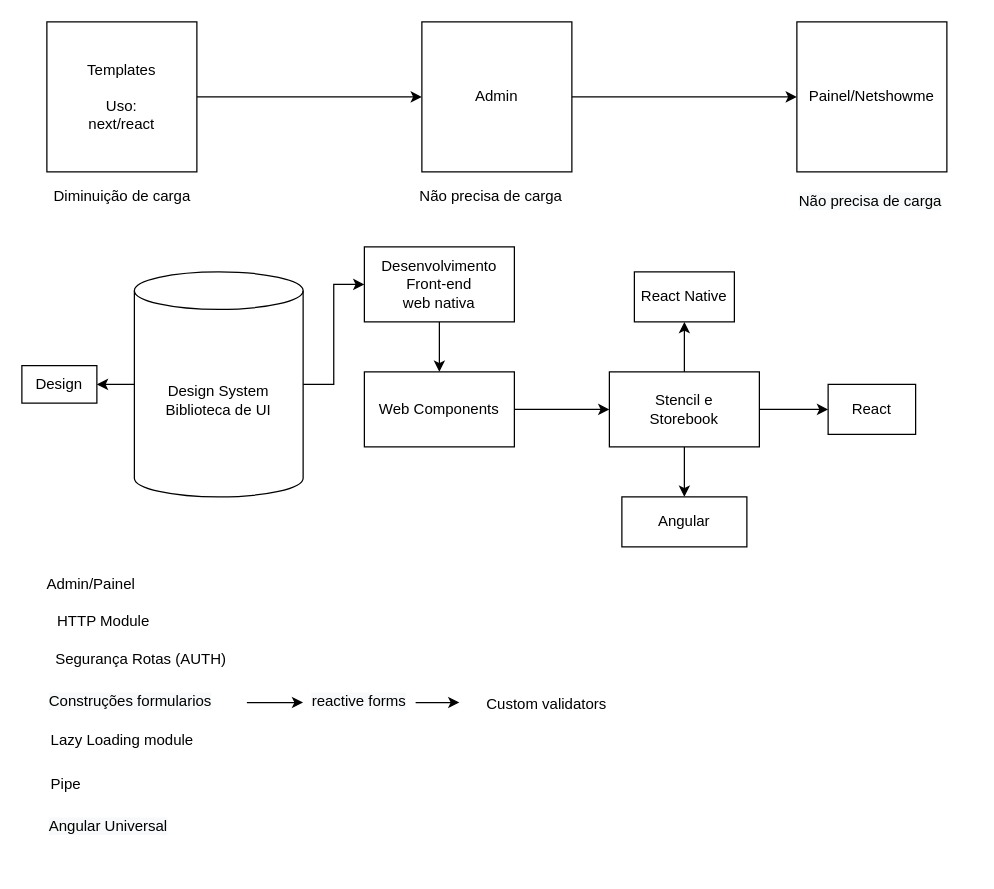
tgcarvalho/tgcarvalho keeps this draw.io diagram as arq.drawio. Above is the earlier version. Source tidied: cells renumbered, new cells numbered last; positions are measured from the earlier drawing's top-left corner, leaving out a move shared by most shapes. Both pictures are drawn from the tidied source at 125%, with x=0, y=0 at pixel (21, 21).
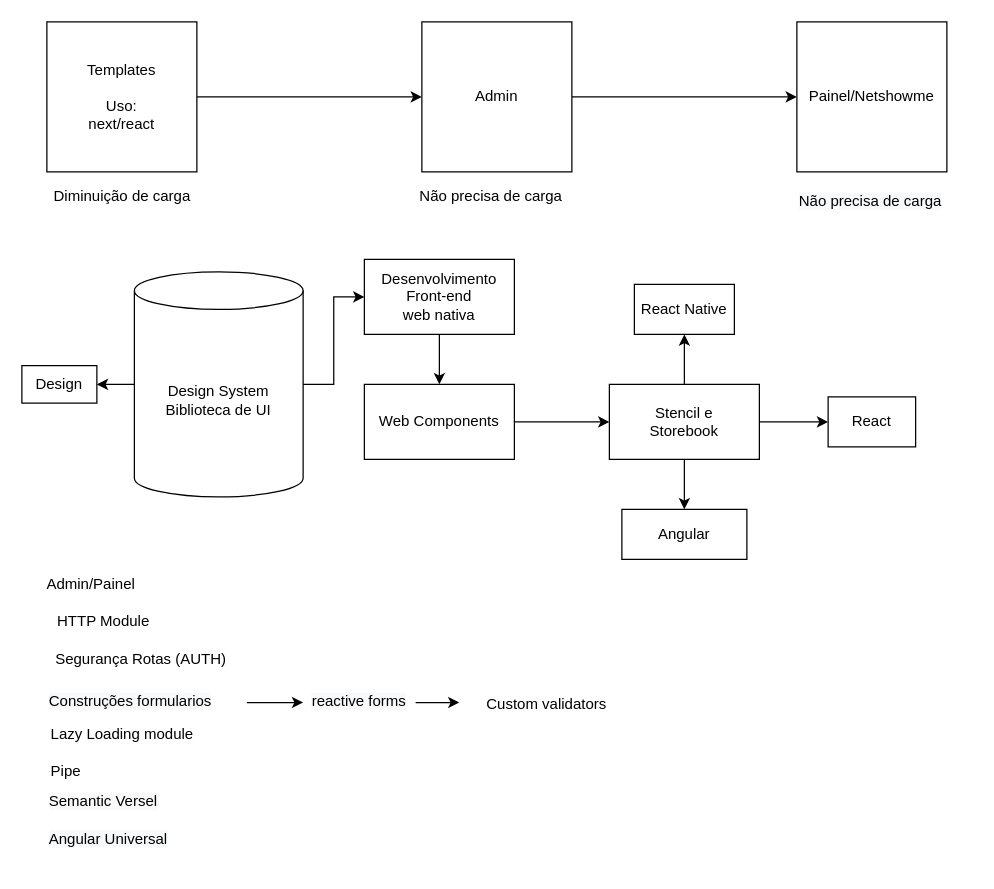
The same page after the edit.

Change to the diagram source:
```diff
@@
     <mxCell id="14" value="Desenvolvimento&lt;br&gt;Front-end&lt;br&gt;web nativa" style="whiteSpace=wrap;html=1;" parent="1" vertex="1">
-      <mxGeometry x="274" y="180" width="120" height="60" as="geometry" />
+      <mxGeometry x="274" y="190" width="120" height="60" as="geometry" />
     </mxCell>
@@
     <mxCell id="17" value="Web Components" style="whiteSpace=wrap;html=1;" parent="1" vertex="1">
-      <mxGeometry x="274" y="280" width="120" height="60" as="geometry" />
+      <mxGeometry x="274" y="290" width="120" height="60" as="geometry" />
     </mxCell>
@@
     <mxCell id="21" value="Stencil e&lt;br&gt;Storebook" style="whiteSpace=wrap;html=1;" parent="1" vertex="1">
-      <mxGeometry x="470" y="280" width="120" height="60" as="geometry" />
+      <mxGeometry x="470" y="290" width="120" height="60" as="geometry" />
     </mxCell>
     <mxCell id="22" value="React" style="whiteSpace=wrap;html=1;" parent="1" vertex="1">
-      <mxGeometry x="645" y="290" width="70" height="40" as="geometry" />
+      <mxGeometry x="645" y="300" width="70" height="40" as="geometry" />
     </mxCell>
     <mxCell id="23" value="Angular" style="whiteSpace=wrap;html=1;" parent="1" vertex="1">
-      <mxGeometry x="480" y="380" width="100" height="40" as="geometry" />
+      <mxGeometry x="480" y="390" width="100" height="40" as="geometry" />
     </mxCell>
     <mxCell id="24" value="React Native" style="whiteSpace=wrap;html=1;" parent="1" vertex="1">
-      <mxGeometry x="490" y="200" width="80" height="40" as="geometry" />
+      <mxGeometry x="490" y="210" width="80" height="40" as="geometry" />
     </mxCell>
@@
     <mxCell id="30" value="Lazy Loading module" style="text;html=1;align=center;verticalAlign=middle;strokeColor=none;" parent="1" vertex="1">
-      <mxGeometry x="15" y="564.5" width="130" height="20" as="geometry" />
+      <mxGeometry x="15" y="559.5" width="130" height="20" as="geometry" />
     </mxCell>
     <mxCell id="31" value="Pipe" style="text;html=1;align=center;verticalAlign=middle;strokeColor=none;" parent="1" vertex="1">
-      <mxGeometry x="15" y="600" width="40" height="20" as="geometry" />
+      <mxGeometry x="15" y="590" width="40" height="20" as="geometry" />
     </mxCell>
@@
     <mxCell id="35" value="&lt;span style=&quot;color: rgb(0 , 0 , 0) ; font-family: &amp;#34;helvetica&amp;#34; ; font-size: 12px ; font-style: normal ; font-weight: 400 ; letter-spacing: normal ; text-align: center ; text-indent: 0px ; text-transform: none ; word-spacing: 0px ; background-color: rgb(248 , 249 , 250) ; display: inline ; float: none&quot;&gt;Angular Universal&lt;br&gt;&lt;br&gt;&lt;/span&gt;" style="text;whiteSpace=wrap;html=1;" parent="1" vertex="1">
-      <mxGeometry x="20" y="630" width="100" height="30" as="geometry" />
+      <mxGeometry x="20" y="640" width="100" height="30" as="geometry" />
     </mxCell>
+    <mxCell id="36" value="&lt;span style=&quot;color: rgb(0 , 0 , 0) ; font-family: &amp;#34;helvetica&amp;#34; ; font-size: 12px ; font-style: normal ; font-weight: 400 ; letter-spacing: normal ; text-align: center ; text-indent: 0px ; text-transform: none ; word-spacing: 0px ; background-color: rgb(248 , 249 , 250) ; display: inline ; float: none&quot;&gt;Semantic Versel&lt;/span&gt;" style="text;whiteSpace=wrap;html=1;" parent="1" vertex="1">
+      <mxGeometry x="20" y="610" width="120" height="30" as="geometry" />
+    </mxCell>
```
